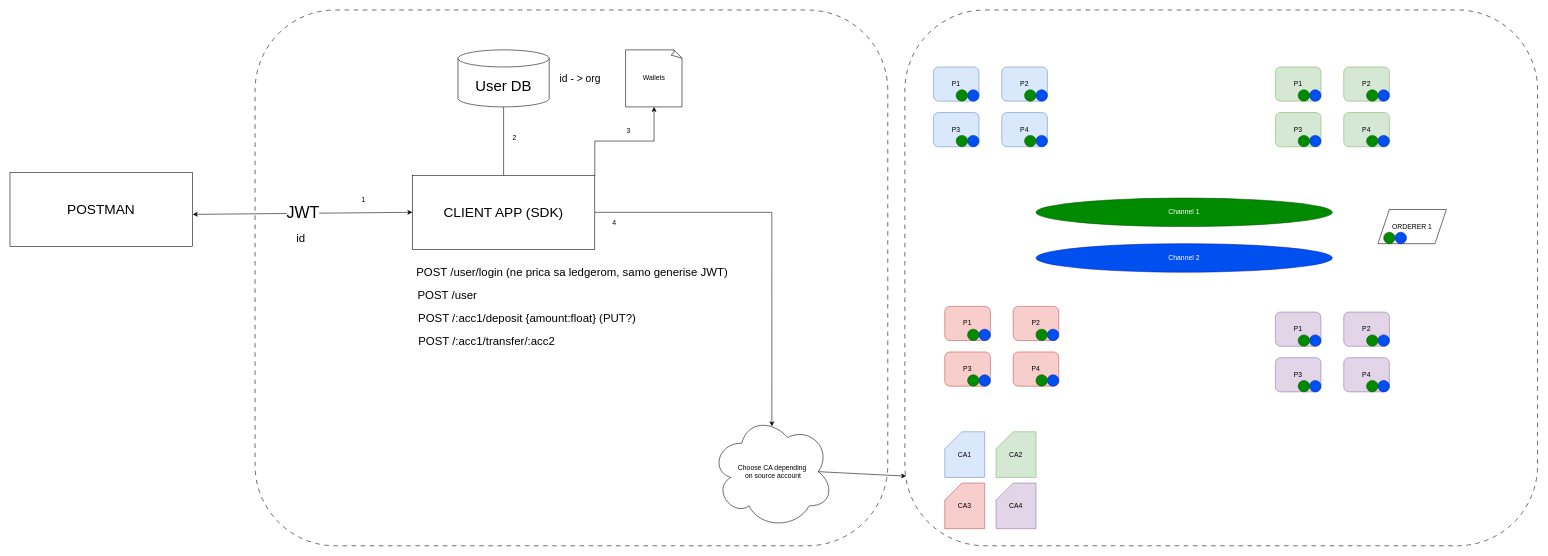
The draw.io diagram docs/infrastructure.drawio in stojanovic00/hyperledger-fabric-bank, before the edit. Source tidied: cells renumbered, new cells numbered last; positions are measured from the earlier drawing's top-left corner, leaving out a move shared by most shapes. Both pictures are drawn from the tidied source at 57%, with x=0, y=0 at pixel (10, 10).
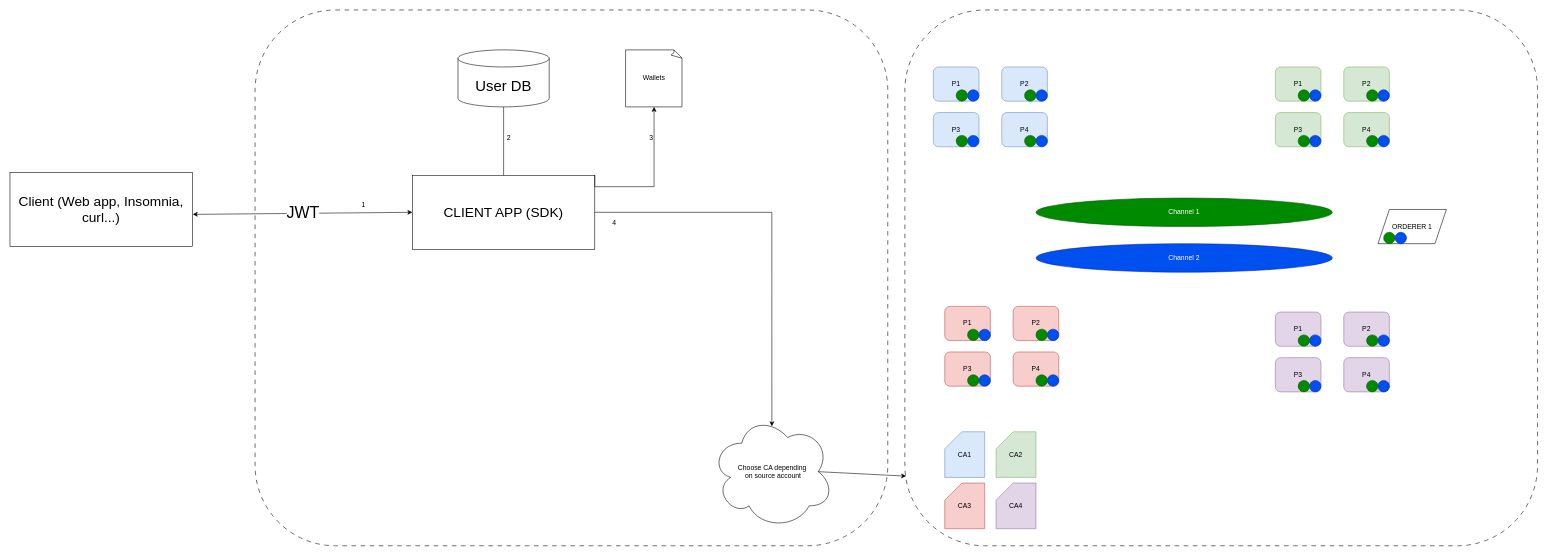
The same page after the edit.

Unchanged cells that the change refers to:
```xml
<mxCell id="61" value="CLIENT APP (SDK)" style="rounded=0;whiteSpace=wrap;html=1;fontSize=24;" parent="1" vertex="1">
  <mxGeometry x="706" y="290" width="320" height="130" as="geometry" />
</mxCell>
<mxCell id="76" value="Wallets" style="whiteSpace=wrap;html=1;shape=mxgraph.basic.document;" parent="1" vertex="1">
  <mxGeometry x="1080" y="70" width="100" height="100" as="geometry" />
</mxCell>
```

Diff of the diagram source:
```diff
@@
-    <mxCell id="62" value="POSTMAN" style="rounded=0;whiteSpace=wrap;html=1;fontSize=24;" parent="1" vertex="1">
+    <mxCell id="62" value="Client (Web app, Insomnia, curl...)" style="rounded=0;whiteSpace=wrap;html=1;fontSize=24;" parent="1" vertex="1">
       <mxGeometry y="285" width="320" height="130" as="geometry" />
     </mxCell>
-    <mxCell id="63" value="POST /:acc1/transfer/:acc2" style="text;html=1;align=center;verticalAlign=middle;strokeColor=none;fillColor=none;fontSize=20;" parent="1" vertex="1">
-      <mxGeometry x="706" y="560" width="260" height="40" as="geometry" />
-    </mxCell>
-    <mxCell id="64" value="POST /:acc1/deposit {amount:float} (PUT?)" style="text;html=1;align=center;verticalAlign=middle;strokeColor=none;fillColor=none;fontSize=20;" parent="1" vertex="1">
-      <mxGeometry x="702" y="520" width="410" height="40" as="geometry" />
-    </mxCell>
-    <mxCell id="65" value="POST /user/login (ne prica sa ledgerom, samo generise JWT)" style="text;html=1;align=center;verticalAlign=middle;strokeColor=none;fillColor=none;fontSize=20;" parent="1" vertex="1">
-      <mxGeometry x="701" y="440" width="570" height="40" as="geometry" />
-    </mxCell>
-    <mxCell id="66" value="POST /user" style="text;html=1;align=center;verticalAlign=middle;strokeColor=none;fillColor=none;fontSize=20;" parent="1" vertex="1">
-      <mxGeometry x="702" y="480" width="130" height="40" as="geometry" />
-    </mxCell>
@@
-    <mxCell id="74" value="id" style="text;html=1;align=center;verticalAlign=middle;strokeColor=none;fillColor=none;fontSize=20;" parent="1" vertex="1">
-      <mxGeometry x="490" y="380" width="40" height="40" as="geometry" />
-    </mxCell>
-    <mxCell id="75" value="&lt;font style=&quot;font-size: 18px;&quot;&gt;id - &amp;gt; org&lt;/font&gt;" style="text;html=1;align=center;verticalAlign=middle;strokeColor=none;fillColor=none;" parent="1" vertex="1">
-      <mxGeometry x="950" y="100" width="100" height="40" as="geometry" />
-    </mxCell>
@@
     <mxCell id="77" value="1" style="text;html=1;align=center;verticalAlign=middle;strokeColor=none;fillColor=none;" parent="1" vertex="1">
-      <mxGeometry x="605" y="318" width="30" height="30" as="geometry" />
+      <mxGeometry x="605" y="328" width="30" height="30" as="geometry" />
     </mxCell>
     <mxCell id="78" value="2" style="text;html=1;align=center;verticalAlign=middle;strokeColor=none;fillColor=none;" parent="1" vertex="1">
-      <mxGeometry x="870" y="210" width="30" height="30" as="geometry" />
+      <mxGeometry x="860" y="210" width="30" height="30" as="geometry" />
     </mxCell>
     <mxCell id="79" style="edgeStyle=orthogonalEdgeStyle;rounded=0;jettySize=auto;html=1;exitX=1;exitY=0;exitDx=0;exitDy=0;entryX=0.5;entryY=1;entryDx=0;entryDy=0;entryPerimeter=0;" parent="1" edge="1" source="61" target="76">
-      <mxGeometry relative="1" as="geometry" />
+      <mxGeometry relative="1" as="geometry">
+        <Array as="points">
+          <mxPoint x="1026" y="310" />
+          <mxPoint x="1130" y="310" />
+        </Array>
+      </mxGeometry>
     </mxCell>
     <mxCell id="80" value="3" style="text;html=1;align=center;verticalAlign=middle;strokeColor=none;fillColor=none;" parent="1" vertex="1">
-      <mxGeometry x="1070" y="198" width="30" height="30" as="geometry" />
+      <mxGeometry x="1110" y="210" width="30" height="30" as="geometry" />
     </mxCell>
```
